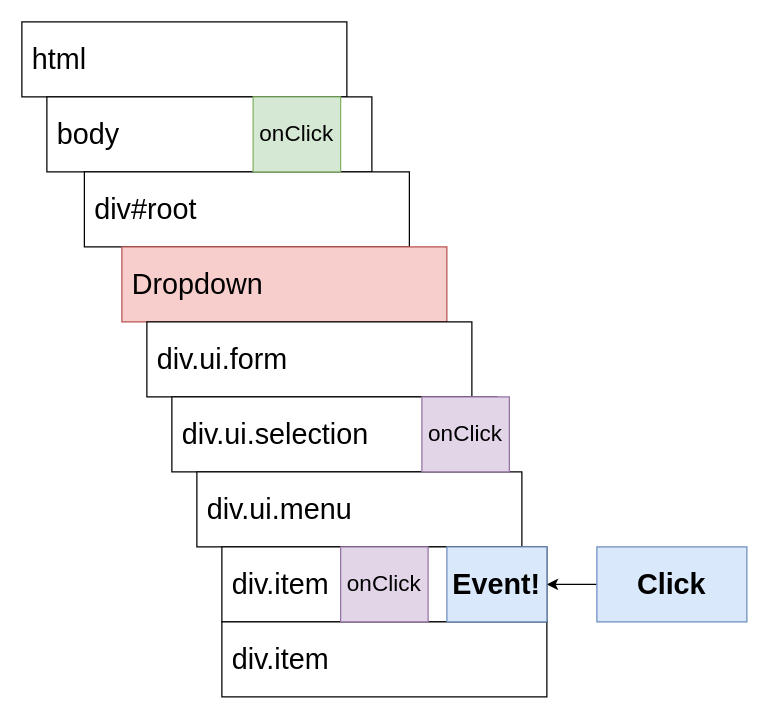
Before: page "07 - bubble" (15 of 18) of diagrams/widgets/02.drawio in HappySuzuki/redux-code, a draw.io diagram. Source tidied: cells renumbered, new cells numbered last; positions are measured from the earlier drawing's top-left corner, leaving out a move shared by most shapes. Both pictures are drawn from the tidied source at 125%, with x=0, y=0 at pixel (21, 21).
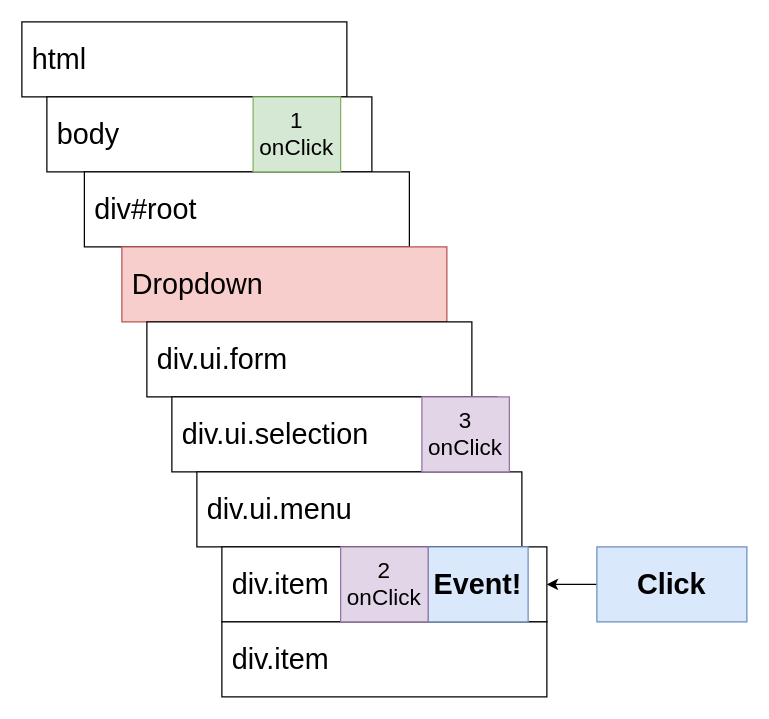
The same diagram, later.

Diff of the diagram source:
```diff
@@
 <mxGraphModel>
   <root>
     <mxCell id="0" />
     <mxCell id="1" parent="0" />
     <mxCell id="2" value="&amp;nbsp;html" style="rounded=0;whiteSpace=wrap;html=1;fontSize=23;fontColor=#000000;align=left;" parent="1" vertex="1">
       <mxGeometry width="260" height="60" as="geometry" />
     </mxCell>
     <mxCell id="3" value="&amp;nbsp;body" style="rounded=0;whiteSpace=wrap;html=1;fontSize=23;fontColor=#000000;align=left;" parent="1" vertex="1">
       <mxGeometry x="20" y="60" width="260" height="60" as="geometry" />
     </mxCell>
     <mxCell id="4" value="&amp;nbsp;div#root" style="rounded=0;whiteSpace=wrap;html=1;fontSize=23;fontColor=#000000;align=left;" parent="1" vertex="1">
       <mxGeometry x="50" y="120" width="260" height="60" as="geometry" />
     </mxCell>
     <mxCell id="5" value="&amp;nbsp;Dropdown" style="rounded=0;whiteSpace=wrap;html=1;fontSize=23;align=left;fillColor=#f8cecc;strokeColor=#b85450;" parent="1" vertex="1">
       <mxGeometry x="80" y="180" width="260" height="60" as="geometry" />
     </mxCell>
     <mxCell id="6" value="&amp;nbsp;div.ui.form" style="rounded=0;whiteSpace=wrap;html=1;fontSize=23;fontColor=#000000;align=left;" parent="1" vertex="1">
       <mxGeometry x="100" y="240" width="260" height="60" as="geometry" />
     </mxCell>
     <mxCell id="7" value="&amp;nbsp;div.ui.selection" style="rounded=0;whiteSpace=wrap;html=1;fontSize=23;fontColor=#000000;align=left;" parent="1" vertex="1">
       <mxGeometry x="120" y="300" width="260" height="60" as="geometry" />
     </mxCell>
     <mxCell id="8" value="&amp;nbsp;div.ui.menu" style="rounded=0;whiteSpace=wrap;html=1;fontSize=23;fontColor=#000000;align=left;" parent="1" vertex="1">
       <mxGeometry x="140" y="360" width="260" height="60" as="geometry" />
     </mxCell>
     <mxCell id="9" value="&amp;nbsp;div.item" style="rounded=0;whiteSpace=wrap;html=1;fontSize=23;fontColor=#000000;align=left;" parent="1" vertex="1">
       <mxGeometry x="160" y="420" width="260" height="60" as="geometry" />
     </mxCell>
     <mxCell id="10" value="&amp;nbsp;div.item" style="rounded=0;whiteSpace=wrap;html=1;fontSize=23;fontColor=#000000;align=left;" parent="1" vertex="1">
       <mxGeometry x="160" y="480" width="260" height="60" as="geometry" />
     </mxCell>
     <mxCell id="11" style="edgeStyle=orthogonalEdgeStyle;rounded=0;jettySize=auto;html=1;exitX=0;exitY=0.5;exitDx=0;exitDy=0;entryX=1;entryY=0.5;entryDx=0;entryDy=0;strokeWidth=1;fontSize=23;fontColor=#000000;" parent="1" edge="1" source="12" target="9">
       <mxGeometry relative="1" as="geometry" />
     </mxCell>
     <mxCell id="12" value="Click" style="rounded=0;whiteSpace=wrap;html=1;strokeWidth=1;fontSize=23;align=center;fillColor=#dae8fc;strokeColor=#6c8ebf;fontStyle=1;" parent="1" vertex="1">
       <mxGeometry x="460" y="420" width="120" height="60" as="geometry" />
     </mxCell>
     <mxCell id="13" value="Event!" style="rounded=0;whiteSpace=wrap;html=1;strokeWidth=1;fontSize=23;align=center;fillColor=#dae8fc;strokeColor=#6c8ebf;fontStyle=1;" parent="1" vertex="1">
-      <mxGeometry x="340" y="420" width="80" height="60" as="geometry" />
+      <mxGeometry x="325" y="420" width="80" height="60" as="geometry" />
     </mxCell>
-    <mxCell id="14" value="onClick" style="rounded=0;whiteSpace=wrap;html=1;strokeWidth=1;fontSize=18;align=center;fillColor=#e1d5e7;strokeColor=#9673a6;fontStyle=0;" parent="1" vertex="1">
+    <mxCell id="14" value="3&lt;br&gt;onClick" style="rounded=0;whiteSpace=wrap;html=1;strokeWidth=1;fontSize=18;align=center;fillColor=#e1d5e7;strokeColor=#9673a6;fontStyle=0;" parent="1" vertex="1">
       <mxGeometry x="320" y="300" width="70" height="60" as="geometry" />
     </mxCell>
-    <mxCell id="15" value="onClick" style="rounded=0;whiteSpace=wrap;html=1;strokeWidth=1;fontSize=18;align=center;fillColor=#e1d5e7;strokeColor=#9673a6;fontStyle=0;" parent="1" vertex="1">
+    <mxCell id="15" value="2&lt;br&gt;onClick" style="rounded=0;whiteSpace=wrap;html=1;strokeWidth=1;fontSize=18;align=center;fillColor=#e1d5e7;strokeColor=#9673a6;fontStyle=0;" parent="1" vertex="1">
       <mxGeometry x="255" y="420" width="70" height="60" as="geometry" />
     </mxCell>
-    <mxCell id="16" value="onClick" style="rounded=0;whiteSpace=wrap;html=1;strokeWidth=1;fontSize=18;align=center;fillColor=#d5e8d4;strokeColor=#82b366;fontStyle=0;" parent="1" vertex="1">
+    <mxCell id="16" value="1&lt;br&gt;onClick" style="rounded=0;whiteSpace=wrap;html=1;strokeWidth=1;fontSize=18;align=center;fillColor=#d5e8d4;strokeColor=#82b366;fontStyle=0;" parent="1" vertex="1">
       <mxGeometry x="185" y="60" width="70" height="60" as="geometry" />
     </mxCell>
   </root>
 </mxGraphModel>
```
